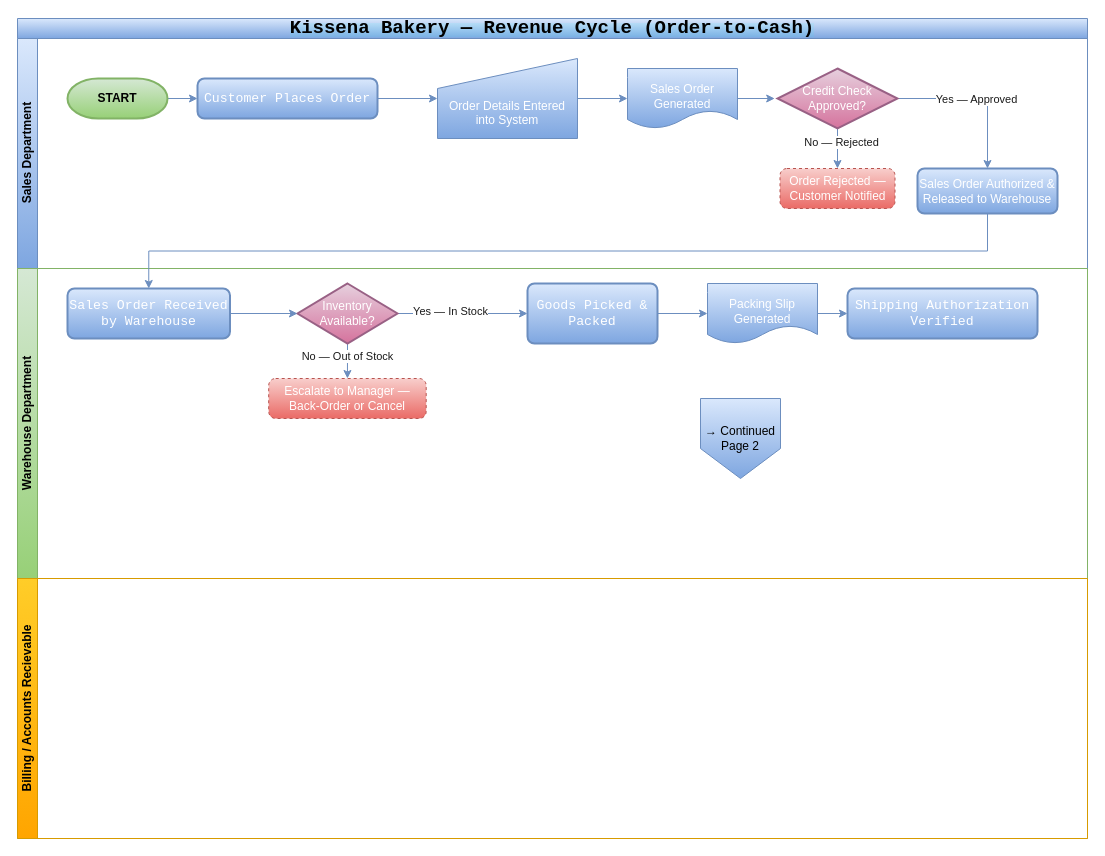
junoldlibayo/drawio keeps this draw.io diagram as page "Page-1" (1 of 2) of Revenue_Cycle_Controls.drawio. Above is the earlier version. Source tidied: cells renumbered, new cells numbered last; positions are measured from the earlier drawing's top-left corner, leaving out a move shared by most shapes. Both pictures are drawn from the tidied source at 100%, with x=0, y=0 at pixel (17, 18).
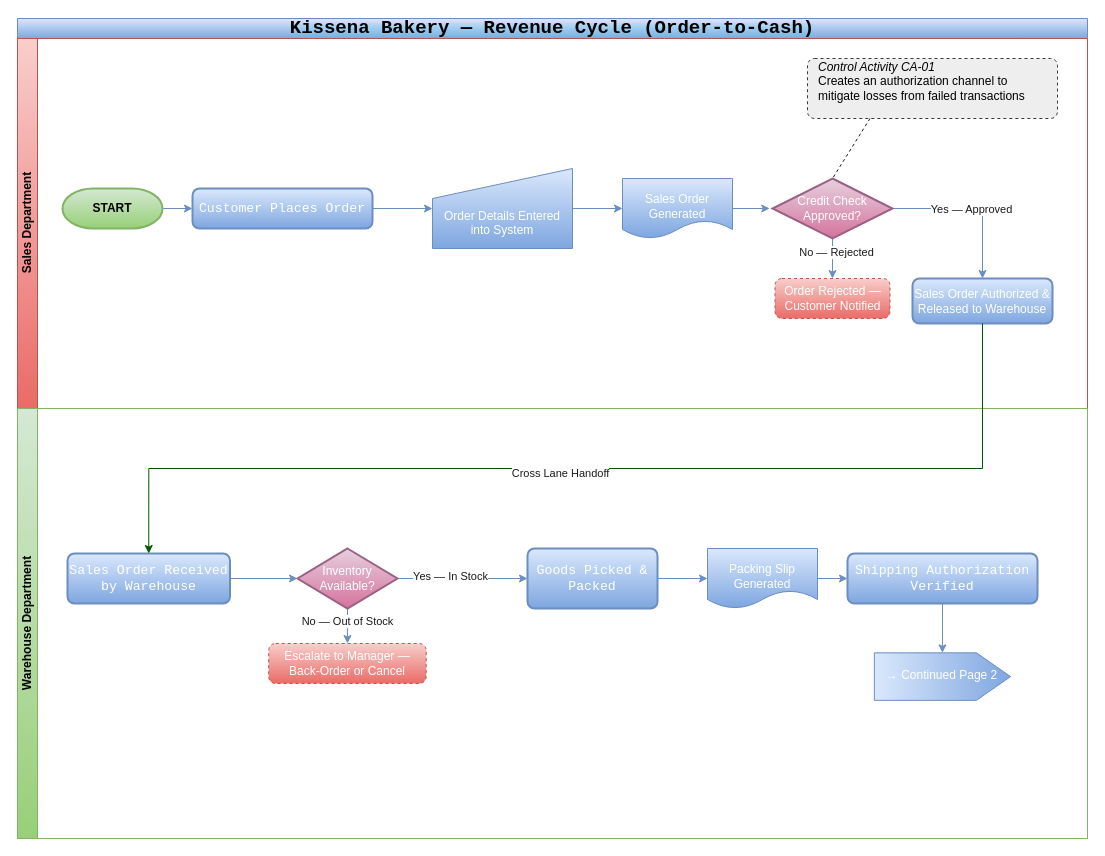
The same diagram, later.

The change refers to these unchanged cells:
```xml
<mxCell id="2" value="&lt;span style=&quot;font-family: &amp;quot;Share Tech Mono&amp;quot;, monospace; text-wrap-mode: wrap; background-color: rgba(0, 245, 255, 0.08);&quot;&gt;&lt;font style=&quot;font-size: 19px;&quot;&gt;Kissena Bakery — Revenue Cycle (Order-to-Cash)&lt;/font&gt;&lt;/span&gt;" style="swimlane;horizontal=1;startSize=20;html=1;strokeColor=#6c8ebf;fillColor=#dae8fc;align=center;labelBackgroundColor=none;gradientColor=#7ea6e0;verticalAlign=middle;whiteSpace=wrap;fontColor=light-dark(#000000,#FFFFFF);" parent="1" vertex="1">
  <mxGeometry width="1070" height="820" as="geometry" />
</mxCell>
```

Change to the diagram source:
```diff
@@
-    <mxCell id="3" value="Sales Department" style="swimlane;startSize=20;horizontal=0;html=1;strokeColor=#6c8ebf;fillColor=#dae8fc;labelBackgroundColor=none;gradientColor=#7ea6e0;" parent="2" vertex="1">
-      <mxGeometry y="20" width="1070" height="230" as="geometry" />
+    <mxCell id="3" value="Sales Department" style="swimlane;startSize=20;horizontal=0;html=1;strokeColor=#b85450;fillColor=#f8cecc;labelBackgroundColor=none;gradientColor=#ea6b66;" parent="2" vertex="1">
+      <mxGeometry y="20" width="1070" height="370" as="geometry" />
     </mxCell>
@@
     <mxCell id="5" value="&lt;b&gt;START&lt;/b&gt;" style="strokeWidth=2;html=1;shape=mxgraph.flowchart.terminator;whiteSpace=wrap;strokeColor=#82b366;fillColor=#d5e8d4;gradientColor=#97d077;" parent="3" vertex="1">
-      <mxGeometry x="50" y="40" width="100" height="40" as="geometry" />
+      <mxGeometry x="45" y="150" width="100" height="40" as="geometry" />
     </mxCell>
@@
     <mxCell id="7" value="&lt;span style=&quot;font-family: &amp;quot;Share Tech Mono&amp;quot;, monospace; font-size: 13.192px; text-align: start;&quot;&gt;Customer Places Order&lt;/span&gt;" style="rounded=1;whiteSpace=wrap;html=1;absoluteArcSize=1;arcSize=14;strokeWidth=2;strokeColor=#6c8ebf;fillColor=#dae8fc;gradientColor=#7ea6e0;fontColor=light-dark(#FFFFFF,#FFFFFF);" parent="3" vertex="1">
-      <mxGeometry x="180" y="40" width="180" height="40" as="geometry" />
+      <mxGeometry x="175" y="150" width="180" height="40" as="geometry" />
     </mxCell>
@@
     <mxCell id="9" value="&lt;font style=&quot;color: light-dark(rgb(255, 255, 255), rgb(255, 255, 255));&quot;&gt;&lt;br&gt;&lt;br&gt;Order Details Entered into System&lt;/font&gt;" style="shape=manualInput;whiteSpace=wrap;html=1;fillColor=#dae8fc;gradientColor=#7ea6e0;strokeColor=#6c8ebf;" parent="3" vertex="1">
-      <mxGeometry x="420" y="20" width="140" height="80" as="geometry" />
+      <mxGeometry x="415" y="130" width="140" height="80" as="geometry" />
     </mxCell>
     <mxCell id="10" value="&lt;font style=&quot;color: light-dark(rgb(255, 255, 255), rgb(255, 255, 255));&quot;&gt;&lt;br&gt;Sales Order Generated&lt;/font&gt;" style="shape=document;whiteSpace=wrap;html=1;boundedLbl=1;strokeColor=#6c8ebf;fillColor=#dae8fc;gradientColor=#7ea6e0;" parent="3" vertex="1">
-      <mxGeometry x="610" y="30" width="110" height="60" as="geometry" />
+      <mxGeometry x="605" y="140" width="110" height="60" as="geometry" />
     </mxCell>
@@
     <mxCell id="13" style="edgeStyle=orthogonalEdgeStyle;rounded=0;jettySize=auto;html=1;exitX=1;exitY=0.5;exitDx=0;exitDy=0;exitPerimeter=0;entryX=0.5;entryY=0;entryDx=0;entryDy=0;strokeColor=#6c8ebf;fontColor=#FFFFFF;fillColor=#dae8fc;gradientColor=#7ea6e0;" parent="3" edge="1" source="15" target="18">
       <mxGeometry relative="1" as="geometry">
         <Array as="points">
-          <mxPoint x="970" y="60" />
+          <mxPoint x="965" y="170" />
         </Array>
       </mxGeometry>
     </mxCell>
@@
     <mxCell id="15" value="&lt;font style=&quot;color: light-dark(rgb(255, 255, 255), rgb(255, 255, 255));&quot;&gt;Credit Check Approved?&lt;/font&gt;" style="strokeWidth=2;html=1;shape=mxgraph.flowchart.decision;whiteSpace=wrap;strokeColor=#996185;fillColor=#e6d0de;gradientColor=#d5739d;" parent="3" vertex="1">
-      <mxGeometry x="760" y="30" width="120" height="60" as="geometry" />
+      <mxGeometry x="755" y="140" width="120" height="60" as="geometry" />
     </mxCell>
@@
     <mxCell id="17" value="&lt;font style=&quot;color: light-dark(rgb(255, 255, 255), rgb(255, 255, 255));&quot;&gt;Order Rejected — Customer Notified&lt;/font&gt;" style="rounded=1;whiteSpace=wrap;html=1;absoluteArcSize=1;arcSize=14;strokeWidth=1;strokeColor=#b85450;fillColor=#f8cecc;gradientColor=#ea6b66;dashed=1;" parent="3" vertex="1">
-      <mxGeometry x="762.5" y="130" width="115" height="40" as="geometry" />
+      <mxGeometry x="757.5" y="240" width="115" height="40" as="geometry" />
     </mxCell>
     <mxCell id="18" value="&lt;font style=&quot;color: light-dark(rgb(255, 255, 255), rgb(255, 255, 255));&quot;&gt;Sales Order Authorized &amp;amp; Released to Warehouse&lt;/font&gt;" style="rounded=1;whiteSpace=wrap;html=1;absoluteArcSize=1;arcSize=14;strokeWidth=2;strokeColor=#6c8ebf;fillColor=#dae8fc;gradientColor=#7ea6e0;" parent="3" vertex="1">
-      <mxGeometry x="900" y="130" width="140" height="45" as="geometry" />
+      <mxGeometry x="895" y="240" width="140" height="45" as="geometry" />
     </mxCell>
+    <mxCell id="36" value="&lt;div style=&quot;padding-right: 10px;&quot;&gt;&lt;span style=&quot;background-color: transparent;&quot;&gt;&lt;i&gt;Control Activity CA-01&lt;/i&gt;&lt;/span&gt;&lt;/div&gt;&lt;font style=&quot;&quot;&gt;&lt;div style=&quot;padding-right: 10px;&quot;&gt;&lt;span style=&quot;background-color: transparent;&quot;&gt;Creates an authorization channel to mitigate losses from failed transactions&lt;/span&gt;&lt;/div&gt;&lt;br&gt;&lt;/font&gt;" style="rounded=1;html=1;absoluteArcSize=1;arcSize=14;strokeWidth=1;dashed=1;fillColor=#eeeeee;strokeColor=#36393d;textDirection=ltr;align=left;whiteSpace=wrap;spacing=11;" parent="3" vertex="1">
+      <mxGeometry x="790" y="20" width="250" height="60" as="geometry" />
+    </mxCell>
+    <mxCell id="37" style="rounded=0;jettySize=auto;html=1;exitX=0.25;exitY=1;exitDx=0;exitDy=0;entryX=0.5;entryY=0;entryDx=0;entryDy=0;entryPerimeter=0;fontColor=#1A1A1A;endArrow=none;endFill=0;dashed=1;strokeColor=light-dark(#1A1A1A,#000000);" parent="3" edge="1" source="36" target="15">
+      <mxGeometry relative="1" as="geometry" />
+    </mxCell>
     <mxCell id="19" value="Warehouse Department" style="swimlane;startSize=20;horizontal=0;html=1;strokeColor=#82b366;fillColor=#d5e8d4;labelBackgroundColor=none;gradientColor=#97d077;verticalAlign=middle;whiteSpace=wrap;" parent="2" vertex="1">
-      <mxGeometry y="250" width="1070" height="310" as="geometry" />
+      <mxGeometry y="390" width="1070" height="430" as="geometry" />
     </mxCell>
     <mxCell id="20" value="&lt;span style=&quot;font-family: &amp;quot;Share Tech Mono&amp;quot;, monospace; font-size: 13.192px; text-align: start;&quot;&gt;Sales Order Received by Warehouse&lt;/span&gt;" style="rounded=1;whiteSpace=wrap;html=1;absoluteArcSize=1;arcSize=14;strokeWidth=2;strokeColor=#6c8ebf;fillColor=#dae8fc;gradientColor=#7ea6e0;fontColor=light-dark(#FFFFFF,#FFFFFF);" parent="19" vertex="1">
-      <mxGeometry x="50" y="20" width="162.5" height="50" as="geometry" />
+      <mxGeometry x="50" y="145" width="162.5" height="50" as="geometry" />
     </mxCell>
@@
     <mxCell id="25" value="&lt;font style=&quot;color: light-dark(rgb(255, 255, 255), rgb(255, 255, 255));&quot;&gt;Inventory Available?&lt;/font&gt;" style="strokeWidth=2;html=1;shape=mxgraph.flowchart.decision;whiteSpace=wrap;strokeColor=#996185;fillColor=#e6d0de;gradientColor=#d5739d;" parent="19" vertex="1">
-      <mxGeometry x="280" y="15" width="100" height="60" as="geometry" />
+      <mxGeometry x="280" y="140" width="100" height="60" as="geometry" />
     </mxCell>
@@
     <mxCell id="27" value="&lt;font style=&quot;color: light-dark(rgb(255, 255, 255), rgb(255, 255, 255));&quot;&gt;Escalate to Manager — Back-Order or Cancel&lt;/font&gt;" style="rounded=1;whiteSpace=wrap;html=1;absoluteArcSize=1;arcSize=14;strokeWidth=1;strokeColor=#b85450;fillColor=#f8cecc;gradientColor=#ea6b66;dashed=1;" parent="19" vertex="1">
-      <mxGeometry x="251.2" y="110" width="157.5" height="40" as="geometry" />
+      <mxGeometry x="251.2" y="235" width="157.5" height="40" as="geometry" />
     </mxCell>
@@
     <mxCell id="29" value="&lt;div style=&quot;&quot;&gt;&lt;font face=&quot;Share Tech Mono, monospace&quot;&gt;&lt;span style=&quot;font-size: 13.192px;&quot;&gt;Goods Picked &amp;amp; Packed&lt;/span&gt;&lt;/font&gt;&lt;/div&gt;" style="rounded=1;whiteSpace=wrap;html=1;absoluteArcSize=1;arcSize=14;strokeWidth=2;strokeColor=#6c8ebf;fillColor=#dae8fc;gradientColor=#7ea6e0;fontColor=light-dark(#FFFFFF,#FFFFFF);align=center;" parent="19" vertex="1">
-      <mxGeometry x="510" y="15" width="130" height="60" as="geometry" />
+      <mxGeometry x="510" y="140" width="130" height="60" as="geometry" />
     </mxCell>
@@
     <mxCell id="31" value="&lt;font style=&quot;color: light-dark(rgb(255, 255, 255), rgb(255, 255, 255));&quot;&gt;&lt;br&gt;Packing Slip Generated&lt;/font&gt;" style="shape=document;whiteSpace=wrap;html=1;boundedLbl=1;strokeColor=#6c8ebf;fillColor=#dae8fc;gradientColor=#7ea6e0;" parent="19" vertex="1">
-      <mxGeometry x="690" y="15" width="110" height="60" as="geometry" />
+      <mxGeometry x="690" y="140" width="110" height="60" as="geometry" />
     </mxCell>
+    <mxCell id="38" style="edgeStyle=orthogonalEdgeStyle;rounded=0;jettySize=auto;html=1;exitX=0.5;exitY=1;exitDx=0;exitDy=0;entryX=1;entryY=0.5;entryDx=0;entryDy=0;strokeColor=#6c8ebf;fontColor=#FFFFFF;fillColor=#dae8fc;gradientColor=#7ea6e0;" parent="19" edge="1" source="32" target="33">
+      <mxGeometry relative="1" as="geometry" />
+    </mxCell>
     <mxCell id="32" value="&lt;span style=&quot;font-family: &amp;quot;Share Tech Mono&amp;quot;, monospace; font-size: 13.192px; text-align: start;&quot;&gt;Shipping Authorization Verified&lt;/span&gt;" style="rounded=1;whiteSpace=wrap;html=1;absoluteArcSize=1;arcSize=14;strokeWidth=2;strokeColor=#6c8ebf;fillColor=#dae8fc;gradientColor=#7ea6e0;fontColor=light-dark(#FFFFFF,#FFFFFF);" parent="19" vertex="1">
-      <mxGeometry x="830" y="20" width="190" height="50" as="geometry" />
+      <mxGeometry x="830" y="145" width="190" height="50" as="geometry" />
     </mxCell>
-    <mxCell id="33" value="&lt;font style=&quot;color: light-dark(rgb(0, 0, 0), rgb(255, 255, 255));&quot;&gt;→ Continued Page 2&lt;/font&gt;" style="shape=offPageConnector;whiteSpace=wrap;html=1;strokeColor=#6c8ebf;fillColor=#dae8fc;gradientColor=#7ea6e0;" parent="19" vertex="1">
-      <mxGeometry x="683" y="130" width="80" height="80" as="geometry" />
+    <mxCell id="33" value="&lt;font color=&quot;#ffffff&quot;&gt;→ Continued Page 2&lt;/font&gt;" style="shape=offPageConnector;whiteSpace=wrap;html=1;strokeColor=#6c8ebf;fillColor=#dae8fc;gradientColor=#7ea6e0;rotation=-90;size=0.25;horizontal=1;textDirection=vertical-rl;" parent="19" vertex="1">
+      <mxGeometry x="901.2" y="200" width="47.5" height="136.2" as="geometry" />
     </mxCell>
-    <mxCell id="34" value="Billing / Accounts Recievable" style="swimlane;startSize=20;horizontal=0;html=1;strokeColor=#d79b00;fillColor=#ffcd28;labelBackgroundColor=none;gradientColor=#ffa500;verticalAlign=middle;whiteSpace=wrap;" parent="2" vertex="1">
-      <mxGeometry y="560" width="1070" height="260" as="geometry" />
-    </mxCell>
-    <mxCell id="35" style="edgeStyle=orthogonalEdgeStyle;rounded=0;jettySize=auto;html=1;exitX=0.5;exitY=1;exitDx=0;exitDy=0;entryX=0.5;entryY=0;entryDx=0;entryDy=0;strokeColor=#6c8ebf;fontColor=#FFFFFF;fillColor=#dae8fc;gradientColor=#7ea6e0;" parent="2" edge="1" source="18" target="20">
-      <mxGeometry relative="1" as="geometry" />
+    <mxCell id="35" style="edgeStyle=orthogonalEdgeStyle;rounded=0;jettySize=auto;html=1;exitX=0.5;exitY=1;exitDx=0;exitDy=0;entryX=0.5;entryY=0;entryDx=0;entryDy=0;strokeColor=#005700;fontColor=#1A1A1A;fillColor=#008a00;" parent="2" edge="1" source="18" target="20">
+      <mxGeometry relative="1" as="geometry">
+        <Array as="points">
+          <mxPoint x="965" y="450" />
+          <mxPoint x="131" y="450" />
+        </Array>
+      </mxGeometry>
     </mxCell>
+    <mxCell id="39" value="Cross Lane Handoff" style="edgeLabel;html=1;align=center;verticalAlign=middle;strokeColor=#909090;fontColor=light-dark(#1A1A1A,#00FF00);fillColor=#F5AB50;" parent="35" vertex="1">
+      <mxGeometry x="0.07" y="4" relative="1" as="geometry">
+        <mxPoint x="1" as="offset" />
+      </mxGeometry>
+    </mxCell>
```
